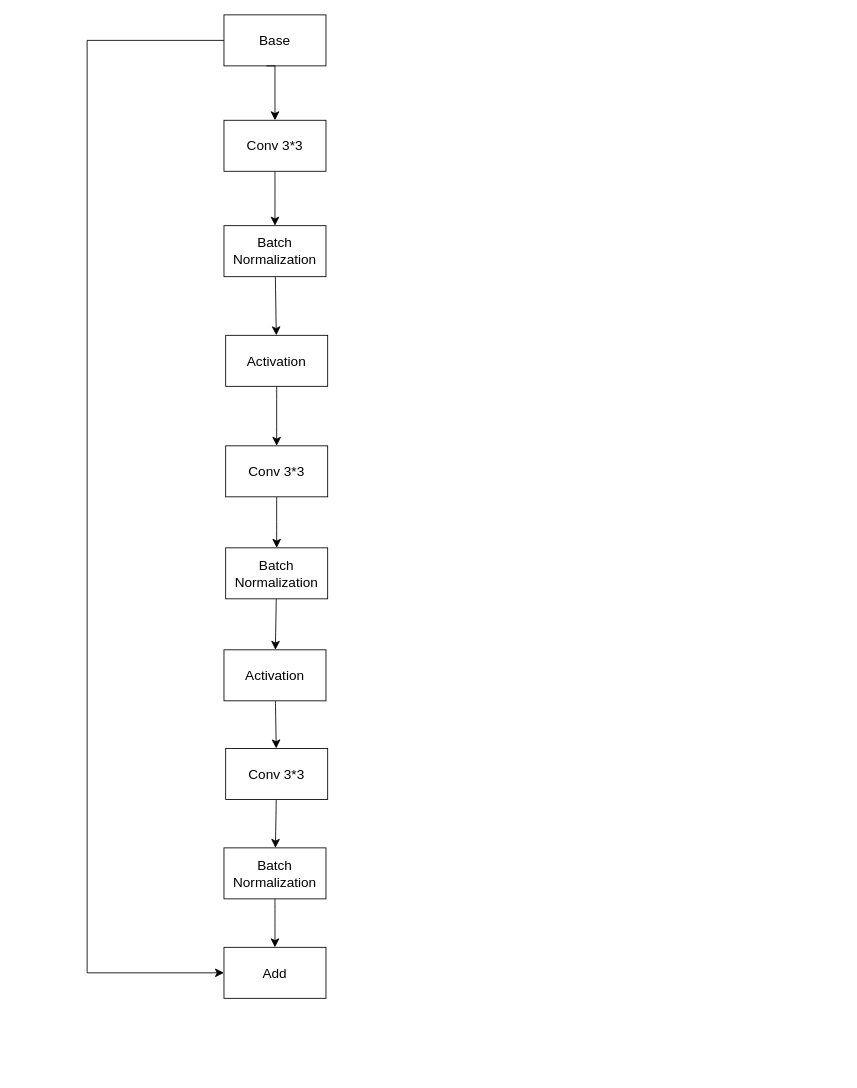
sumitmandalsm359/sumitmandalsm359 keeps this draw.io diagram as Untitled Diagram.drawio. Above is the earlier version. Source tidied: cells renumbered, new cells numbered last; positions are measured from the earlier drawing's top-left corner, leaving out a move shared by most shapes. Both pictures are drawn from the tidied source at 85%, with x=0, y=0 at pixel (87, 14).
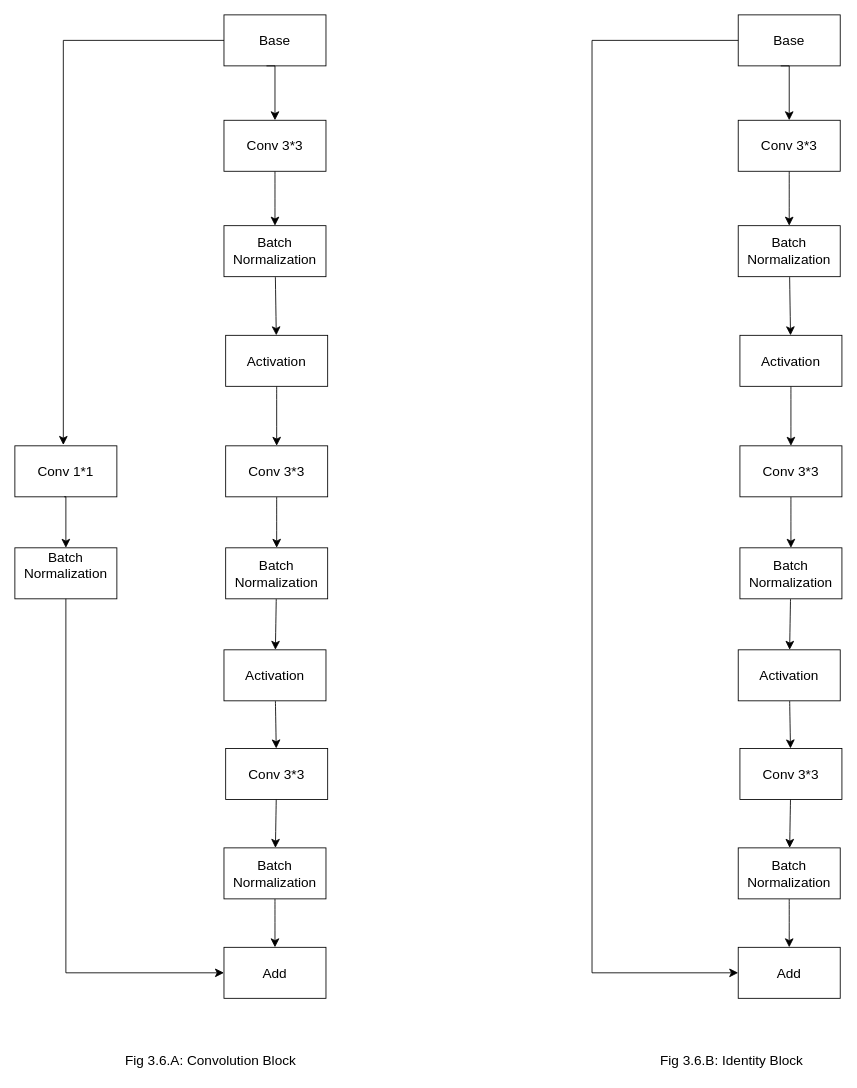
After the change.

Unchanged cells that the change refers to:
```xml
<mxCell id="6" value="Base" style="rounded=0;whiteSpace=wrap;html=1;fontSize=16;" parent="1" vertex="1">
  <mxGeometry x="161" width="120" height="60" as="geometry" />
</mxCell>
<mxCell id="7" value="Add" style="rounded=0;whiteSpace=wrap;html=1;fontSize=16;" parent="1" vertex="1">
  <mxGeometry x="161" y="1097" width="120" height="60" as="geometry" />
</mxCell>
```

Change to the diagram source:
```diff
@@
+    <mxCell id="22" value="&#10;&lt;span style=&quot;color: rgb(0, 0, 0); font-family: Helvetica; font-size: 16px; font-style: normal; font-variant-ligatures: normal; font-variant-caps: normal; font-weight: 400; letter-spacing: normal; orphans: 2; text-align: center; text-indent: 0px; text-transform: none; widows: 2; word-spacing: 0px; -webkit-text-stroke-width: 0px; background-color: rgb(255, 255, 255); text-decoration-thickness: initial; text-decoration-style: initial; text-decoration-color: initial; float: none; display: inline !important;&quot;&gt;Batch Normalization&lt;/span&gt;&#10;&#10;" style="rounded=0;whiteSpace=wrap;html=1;fontSize=16;" parent="1" vertex="1">
+      <mxGeometry x="-85" y="627" width="120" height="60" as="geometry" />
+    </mxCell>
@@
+    <mxCell id="23" value="Conv 1*1" style="rounded=0;whiteSpace=wrap;html=1;fontSize=16;" parent="1" vertex="1">
+      <mxGeometry x="-85" y="507" width="120" height="60" as="geometry" />
+    </mxCell>
@@
+    <mxCell id="24" style="edgeStyle=segmentEdgeStyle;endArrow=classic;html=1;curved=0;rounded=0;endSize=8;startSize=8;fontSize=12;" parent="1" edge="1" source="22" target="7">
+      <mxGeometry relative="1" as="geometry">
+        <Array as="points">
+          <mxPoint x="-25" y="1127" />
+        </Array>
+      </mxGeometry>
+    </mxCell>
+    <mxCell id="25" style="edgeStyle=segmentEdgeStyle;endArrow=classic;html=1;curved=0;rounded=0;endSize=8;startSize=8;fontSize=12;" parent="1" edge="1" target="22">
+      <mxGeometry relative="1" as="geometry">
+        <mxPoint x="-27" y="566.9" as="sourcePoint" />
+      </mxGeometry>
+    </mxCell>
+    <mxCell id="26" style="edgeStyle=segmentEdgeStyle;endArrow=classic;html=1;curved=0;rounded=0;endSize=8;startSize=8;fontSize=12;exitX=0;exitY=0.5;exitDx=0;exitDy=0;" parent="1" edge="1" source="6">
+      <mxGeometry relative="1" as="geometry">
+        <mxPoint x="-28" y="506" as="targetPoint" />
+      </mxGeometry>
+    </mxCell>
@@
-    <mxCell id="21" style="edgeStyle=elbowEdgeStyle;elbow=horizontal;endArrow=classic;html=1;curved=0;rounded=0;endSize=8;startSize=8;fontSize=12;entryX=0;entryY=0.5;entryDx=0;entryDy=0;exitX=0;exitY=0.5;exitDx=0;exitDy=0;" parent="1" edge="1" source="6" target="7">
-      <mxGeometry relative="1" as="geometry">
-        <Array as="points">
-          <mxPoint y="647" />
-        </Array>
-      </mxGeometry>
-    </mxCell>
+    <mxCell id="27" style="edgeStyle=none;curved=1;rounded=0;jettySize=auto;html=1;fontSize=12;startSize=8;endSize=8;" parent="1" edge="1" source="28" target="30">
+      <mxGeometry relative="1" as="geometry" />
+    </mxCell>
+    <mxCell id="28" value="Conv 3*3" style="rounded=0;whiteSpace=wrap;html=1;fontSize=16;" parent="1" vertex="1">
+      <mxGeometry x="766" y="124" width="120" height="60" as="geometry" />
+    </mxCell>
+    <mxCell id="29" style="edgeStyle=none;curved=1;rounded=0;jettySize=auto;html=1;fontSize=12;startSize=8;endSize=8;" parent="1" edge="1" source="30" target="44">
+      <mxGeometry relative="1" as="geometry" />
+    </mxCell>
+    <mxCell id="30" value="Batch Normalization" style="rounded=0;whiteSpace=wrap;html=1;fontSize=16;" parent="1" vertex="1">
+      <mxGeometry x="766" y="248" width="120" height="60" as="geometry" />
+    </mxCell>
+    <mxCell id="31" value="Base" style="rounded=0;whiteSpace=wrap;html=1;fontSize=16;" parent="1" vertex="1">
+      <mxGeometry x="766" width="120" height="60" as="geometry" />
+    </mxCell>
+    <mxCell id="32" value="Add" style="rounded=0;whiteSpace=wrap;html=1;fontSize=16;" parent="1" vertex="1">
+      <mxGeometry x="766" y="1097" width="120" height="60" as="geometry" />
+    </mxCell>
+    <mxCell id="33" style="edgeStyle=none;curved=1;rounded=0;jettySize=auto;html=1;fontSize=12;startSize=8;endSize=8;" parent="1" edge="1" source="34" target="32">
+      <mxGeometry relative="1" as="geometry" />
+    </mxCell>
+    <mxCell id="34" value="Batch Normalization" style="rounded=0;whiteSpace=wrap;html=1;fontSize=16;" parent="1" vertex="1">
+      <mxGeometry x="766" y="980" width="120" height="60" as="geometry" />
+    </mxCell>
+    <mxCell id="35" style="edgeStyle=none;curved=1;rounded=0;jettySize=auto;html=1;fontSize=12;startSize=8;endSize=8;" parent="1" edge="1" source="36" target="34">
+      <mxGeometry relative="1" as="geometry" />
+    </mxCell>
+    <mxCell id="36" value="Conv 3*3" style="rounded=0;whiteSpace=wrap;html=1;fontSize=16;" parent="1" vertex="1">
+      <mxGeometry x="768" y="863" width="120" height="60" as="geometry" />
+    </mxCell>
+    <mxCell id="37" style="edgeStyle=none;curved=1;rounded=0;jettySize=auto;html=1;fontSize=12;startSize=8;endSize=8;" parent="1" edge="1" source="38" target="36">
+      <mxGeometry relative="1" as="geometry" />
+    </mxCell>
+    <mxCell id="38" value="Activation" style="rounded=0;whiteSpace=wrap;html=1;fontSize=16;" parent="1" vertex="1">
+      <mxGeometry x="766" y="747" width="120" height="60" as="geometry" />
+    </mxCell>
+    <mxCell id="39" style="edgeStyle=none;curved=1;rounded=0;jettySize=auto;html=1;fontSize=12;startSize=8;endSize=8;" parent="1" edge="1" source="40" target="38">
+      <mxGeometry relative="1" as="geometry" />
+    </mxCell>
+    <mxCell id="40" value="Batch Normalization" style="rounded=0;whiteSpace=wrap;html=1;fontSize=16;" parent="1" vertex="1">
+      <mxGeometry x="768" y="627" width="120" height="60" as="geometry" />
+    </mxCell>
+    <mxCell id="41" style="edgeStyle=none;curved=1;rounded=0;jettySize=auto;html=1;fontSize=12;startSize=8;endSize=8;" parent="1" edge="1" source="42" target="40">
+      <mxGeometry relative="1" as="geometry" />
+    </mxCell>
+    <mxCell id="42" value="Conv 3*3" style="rounded=0;whiteSpace=wrap;html=1;fontSize=16;" parent="1" vertex="1">
+      <mxGeometry x="768" y="507" width="120" height="60" as="geometry" />
+    </mxCell>
+    <mxCell id="43" style="edgeStyle=none;curved=1;rounded=0;jettySize=auto;html=1;fontSize=12;startSize=8;endSize=8;" parent="1" edge="1" source="44" target="42">
+      <mxGeometry relative="1" as="geometry" />
+    </mxCell>
+    <mxCell id="44" value="Activation" style="rounded=0;whiteSpace=wrap;html=1;fontSize=16;" parent="1" vertex="1">
+      <mxGeometry x="768" y="377" width="120" height="60" as="geometry" />
+    </mxCell>
+    <mxCell id="45" style="edgeStyle=segmentEdgeStyle;endArrow=classic;html=1;curved=0;rounded=0;endSize=8;startSize=8;fontSize=12;" parent="1" edge="1" target="28">
+      <mxGeometry relative="1" as="geometry">
+        <mxPoint x="816" y="60" as="sourcePoint" />
+      </mxGeometry>
+    </mxCell>
+    <mxCell id="46" value="Fig 3.6.A: Convolution Block" style="text;html=1;align=center;verticalAlign=middle;strokeColor=none;fillColor=none;fontSize=16;" parent="1" vertex="1">
+      <mxGeometry x="35" y="1214" width="219" height="31" as="geometry" />
+    </mxCell>
+    <mxCell id="47" value="Fig 3.6.B: Identity Block" style="text;html=1;align=center;verticalAlign=middle;strokeColor=none;fillColor=none;fontSize=16;" parent="1" vertex="1">
+      <mxGeometry x="665" y="1214" width="186" height="31" as="geometry" />
+    </mxCell>
+    <mxCell id="48" style="edgeStyle=elbowEdgeStyle;elbow=horizontal;endArrow=classic;html=1;curved=0;rounded=0;endSize=8;startSize=8;fontSize=12;exitX=0;exitY=0.5;exitDx=0;exitDy=0;entryX=0;entryY=0.5;entryDx=0;entryDy=0;" parent="1" edge="1" source="31" target="32">
+      <mxGeometry relative="1" as="geometry">
+        <Array as="points">
+          <mxPoint x="594" y="579" />
+        </Array>
+      </mxGeometry>
+    </mxCell>
```
